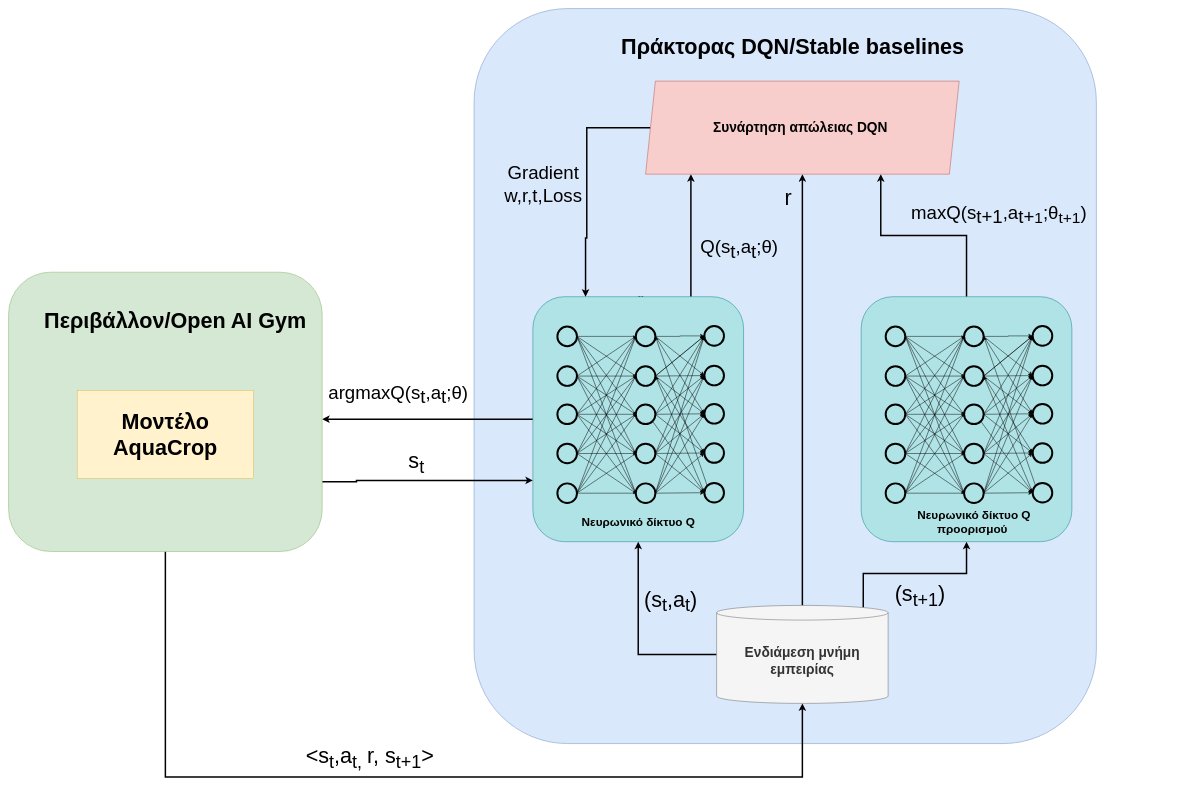
Above: Untitled Diagram.drawio in alex-tsambalos/files (draw.io), before the change. Source tidied: cells renumbered, new cells numbered last; positions are measured from the earlier drawing's top-left corner, leaving out a move shared by most shapes. Both pictures are drawn from the tidied source at 49%, with x=0, y=0 at pixel (8, 8).
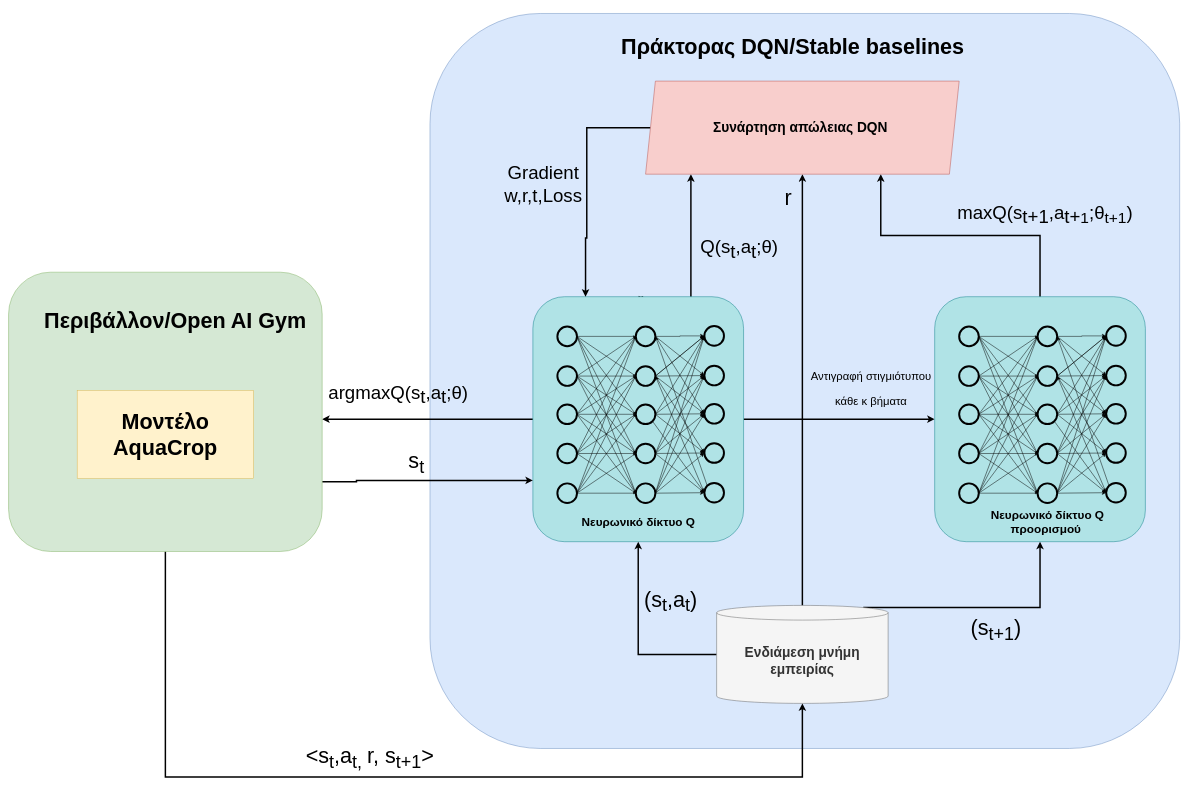
After the change.

Unchanged cells that the change refers to:
```xml
<mxCell id="8" style="rounded=1;whiteSpace=wrap;html=1;fontSize=16;fillColor=#b0e3e6;strokeColor=#0e8088;" parent="1" vertex="1">
  <mxGeometry x="1070" y="588" width="430" height="500" as="geometry" />
</mxCell>
```

The edit, as a diff of the source:
```diff
@@
     <mxCell id="2" style="rounded=1;whiteSpace=wrap;html=1;fontSize=28;fillColor=#dae8fc;strokeColor=#6c8ebf;" parent="1" vertex="1">
-      <mxGeometry x="950" width="1270" height="1500" as="geometry" />
+      <mxGeometry x="860" y="10" width="1530" height="1500" as="geometry" />
     </mxCell>
@@
+    <mxCell id="162" style="edgeStyle=orthogonalEdgeStyle;rounded=0;jettySize=auto;html=1;exitX=1;exitY=0.5;exitDx=0;exitDy=0;fontSize=42;strokeColor=default;strokeWidth=3;" parent="1" edge="1" source="8" target="84">
+      <mxGeometry relative="1" as="geometry" />
+    </mxCell>
+    <mxCell id="163" value="&lt;font style=&quot;font-size: 23px;&quot;&gt;Αντιγραφή στιγμιότυπου &lt;br style=&quot;&quot;&gt;κάθε κ βήματα&lt;/font&gt;" style="edgeLabel;html=1;align=center;verticalAlign=middle;fontSize=42;labelBackgroundColor=none;" parent="162" vertex="1">
+      <mxGeometry x="0.31" y="-1" relative="1" as="geometry">
+        <mxPoint x="4" y="-70" as="offset" />
+      </mxGeometry>
+    </mxCell>
@@
     <mxCell id="84" style="rounded=1;whiteSpace=wrap;html=1;fontSize=16;fillColor=#b0e3e6;strokeColor=#0e8088;" parent="1" vertex="1">
-      <mxGeometry x="1740" y="588" width="430" height="500" as="geometry" />
+      <mxGeometry x="1890" y="588" width="430" height="500" as="geometry" />
     </mxCell>
     <mxCell id="85" style="ellipse;whiteSpace=wrap;html=1;strokeWidth=4;fillColor=none;fontColor=#666666;align=center;" parent="1" vertex="1">
-      <mxGeometry x="1790" y="649" width="40" height="40" as="geometry" />
+      <mxGeometry x="1940" y="649" width="40" height="40" as="geometry" />
     </mxCell>
     <mxCell id="86" style="ellipse;whiteSpace=wrap;html=1;strokeWidth=4;fillColor=none;fontColor=#666666;align=center;" parent="1" vertex="1">
-      <mxGeometry x="1790" y="730" width="40" height="40" as="geometry" />
+      <mxGeometry x="1940" y="730" width="40" height="40" as="geometry" />
     </mxCell>
     <mxCell id="87" style="ellipse;whiteSpace=wrap;html=1;strokeWidth=4;fillColor=none;fontColor=#666666;align=center;" parent="1" vertex="1">
-      <mxGeometry x="1790" y="808" width="40" height="40" as="geometry" />
+      <mxGeometry x="1940" y="808" width="40" height="40" as="geometry" />
     </mxCell>
     <mxCell id="88" style="ellipse;whiteSpace=wrap;html=1;strokeWidth=4;fillColor=none;fontColor=#666666;align=center;" parent="1" vertex="1">
-      <mxGeometry x="1790" y="969" width="40" height="40" as="geometry" />
+      <mxGeometry x="1940" y="969" width="40" height="40" as="geometry" />
     </mxCell>
     <mxCell id="89" style="ellipse;whiteSpace=wrap;html=1;strokeWidth=4;fillColor=none;fontColor=#666666;align=center;" parent="1" vertex="1">
-      <mxGeometry x="1790" y="888" width="40" height="40" as="geometry" />
+      <mxGeometry x="1940" y="888" width="40" height="40" as="geometry" />
     </mxCell>
@@
     <mxCell id="91" style="edgeStyle=none;rounded=0;jettySize=auto;html=1;entryX=0;entryY=0.5;entryDx=0;entryDy=0;strokeColor=default;" parent="1" edge="1" target="144">
       <mxGeometry relative="1" as="geometry">
-        <mxPoint x="1990" y="669" as="sourcePoint" />
+        <mxPoint x="2140" y="669" as="sourcePoint" />
       </mxGeometry>
     </mxCell>
@@
     <mxCell id="93" style="ellipse;whiteSpace=wrap;html=1;strokeWidth=4;fillColor=none;fontColor=#666666;align=center;" parent="1" vertex="1">
-      <mxGeometry x="1950" y="649" width="40" height="40" as="geometry" />
+      <mxGeometry x="2100" y="649" width="40" height="40" as="geometry" />
     </mxCell>
@@
     <mxCell id="99" style="ellipse;whiteSpace=wrap;html=1;strokeWidth=4;fillColor=none;fontColor=#666666;align=center;" parent="1" vertex="1">
-      <mxGeometry x="1950" y="730" width="40" height="40" as="geometry" />
+      <mxGeometry x="2100" y="730" width="40" height="40" as="geometry" />
     </mxCell>
@@
     <mxCell id="105" style="ellipse;whiteSpace=wrap;html=1;strokeWidth=4;fillColor=none;fontColor=#666666;align=center;" parent="1" vertex="1">
-      <mxGeometry x="1950" y="808" width="40" height="40" as="geometry" />
+      <mxGeometry x="2100" y="808" width="40" height="40" as="geometry" />
     </mxCell>
@@
     <mxCell id="111" style="ellipse;whiteSpace=wrap;html=1;strokeWidth=4;fillColor=none;fontColor=#666666;align=center;" parent="1" vertex="1">
-      <mxGeometry x="1950" y="969" width="40" height="40" as="geometry" />
+      <mxGeometry x="2100" y="969" width="40" height="40" as="geometry" />
     </mxCell>
@@
     <mxCell id="117" style="ellipse;whiteSpace=wrap;html=1;strokeWidth=4;fillColor=none;fontColor=#666666;align=center;" parent="1" vertex="1">
-      <mxGeometry x="1950" y="888" width="40" height="40" as="geometry" />
+      <mxGeometry x="2100" y="888" width="40" height="40" as="geometry" />
     </mxCell>
@@
     <mxCell id="143" style="ellipse;whiteSpace=wrap;html=1;strokeWidth=4;fillColor=none;fontColor=#666666;align=center;" parent="1" vertex="1">
-      <mxGeometry x="2090" y="648" width="40" height="40" as="geometry" />
+      <mxGeometry x="2240" y="648" width="40" height="40" as="geometry" />
     </mxCell>
     <mxCell id="144" style="ellipse;whiteSpace=wrap;html=1;strokeWidth=4;fillColor=none;fontColor=#666666;align=center;" parent="1" vertex="1">
-      <mxGeometry x="2090" y="729" width="40" height="40" as="geometry" />
+      <mxGeometry x="2240" y="729" width="40" height="40" as="geometry" />
     </mxCell>
     <mxCell id="145" style="ellipse;whiteSpace=wrap;html=1;strokeWidth=4;fillColor=none;fontColor=#666666;align=center;" parent="1" vertex="1">
-      <mxGeometry x="2090" y="807" width="40" height="40" as="geometry" />
+      <mxGeometry x="2240" y="807" width="40" height="40" as="geometry" />
     </mxCell>
@@
     <mxCell id="148" style="ellipse;whiteSpace=wrap;html=1;strokeWidth=4;fillColor=none;fontColor=#666666;align=center;" parent="1" vertex="1">
-      <mxGeometry x="2090" y="968" width="40" height="40" as="geometry" />
+      <mxGeometry x="2240" y="968" width="40" height="40" as="geometry" />
     </mxCell>
     <mxCell id="149" style="ellipse;whiteSpace=wrap;html=1;strokeWidth=4;fillColor=none;fontColor=#666666;align=center;" parent="1" vertex="1">
-      <mxGeometry x="2090" y="887" width="40" height="40" as="geometry" />
+      <mxGeometry x="2240" y="887" width="40" height="40" as="geometry" />
     </mxCell>
     <mxCell id="150" value="Νευρωνικό δίκτυο Q&lt;br&gt;προορισμού&amp;nbsp;" style="text;strokeColor=none;fillColor=none;html=1;fontSize=24;fontStyle=1;verticalAlign=middle;align=center;" parent="1" vertex="1">
-      <mxGeometry x="1880" y="1028" width="180" height="40" as="geometry" />
+      <mxGeometry x="2030" y="1028" width="180" height="40" as="geometry" />
     </mxCell>
```
